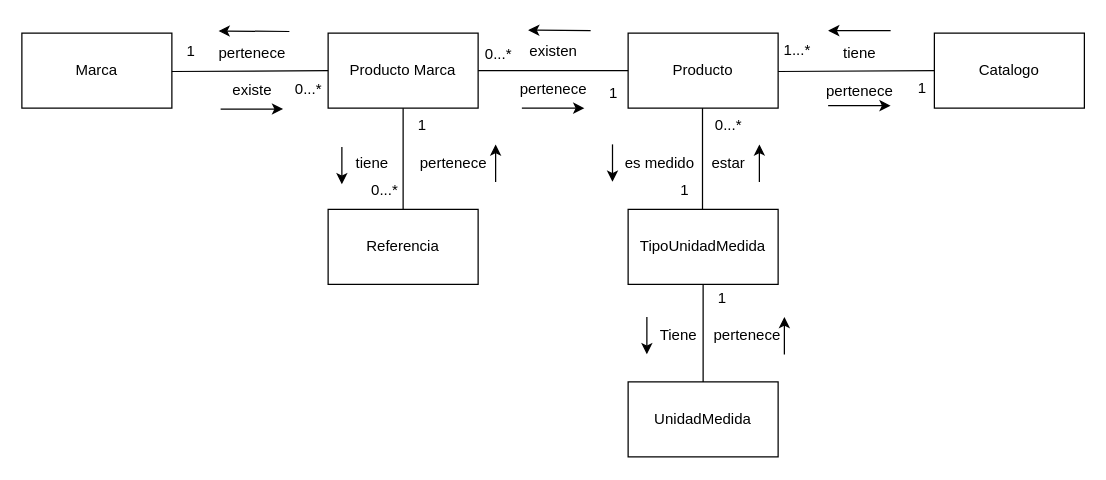
Above: page "Contexto Productos (Modelo dominio productos)" (3 of 6) of TiendaOnline_Disenio.drawio in andrescardo98/doo (draw.io), before the change. Source tidied: cells renumbered, new cells numbered last; positions are measured from the earlier drawing's top-left corner, leaving out a move shared by most shapes. Both pictures are drawn from the tidied source at 125%, with x=0, y=0 at pixel (21, 30).
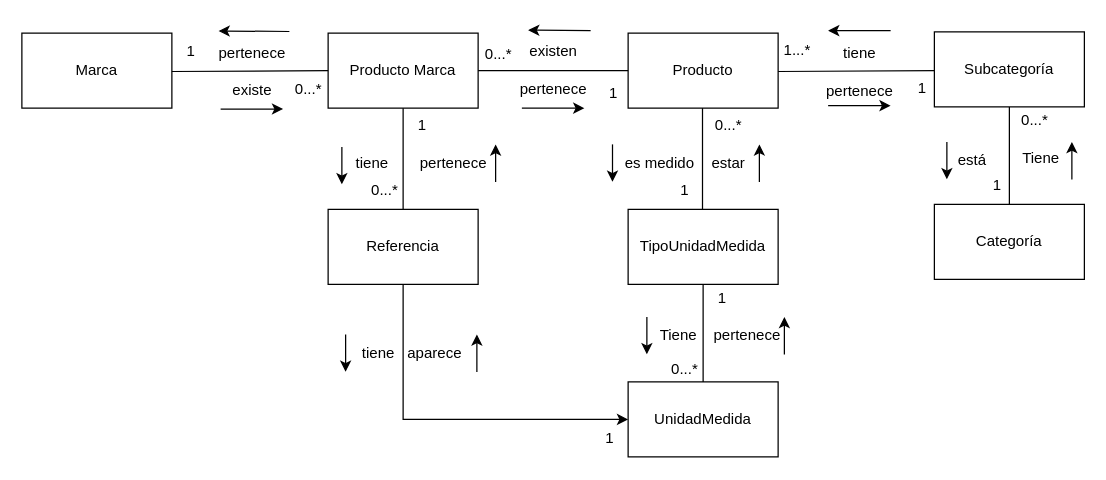
The same page after the edit.

Unchanged cells that the change refers to:
```xml
<mxCell id="19" value="Referencia" style="rounded=0;whiteSpace=wrap;html=1;" parent="1" vertex="1">
  <mxGeometry x="245" y="143" width="120" height="60" as="geometry" />
</mxCell>
<mxCell id="28" value="UnidadMedida" style="rounded=0;whiteSpace=wrap;html=1;" parent="1" vertex="1">
  <mxGeometry x="485" y="281" width="120" height="60" as="geometry" />
</mxCell>
```

What changed in the source:
```diff
@@
+    <mxCell id="50" style="edgeStyle=orthogonalEdgeStyle;rounded=0;jettySize=auto;html=1;exitX=0.5;exitY=1;exitDx=0;exitDy=0;entryX=0;entryY=0.5;entryDx=0;entryDy=0;" parent="1" edge="1" source="19" target="28">
+      <mxGeometry relative="1" as="geometry" />
+    </mxCell>
@@
-    <mxCell id="42" value="Catalogo" style="rounded=0;whiteSpace=wrap;html=1;" parent="1" vertex="1">
-      <mxGeometry x="730" y="2" width="120" height="60" as="geometry" />
-    </mxCell>
-    <mxCell id="43" style="endArrow=none;html=1;rounded=0;exitX=1;exitY=0.5;exitDx=0;exitDy=0;entryX=0;entryY=0.5;entryDx=0;entryDy=0;" parent="1" edge="1" target="42">
+    <mxCell id="43" style="endArrow=none;html=1;rounded=0;exitX=1;exitY=0.5;exitDx=0;exitDy=0;entryX=0;entryY=0.5;entryDx=0;entryDy=0;" parent="1" edge="1">
       <mxGeometry relative="1" as="geometry">
         <mxPoint x="605" y="32.7" as="sourcePoint" />
+        <mxPoint x="730" y="32" as="targetPoint" />
       </mxGeometry>
     </mxCell>
@@
+    <mxCell id="51" value="Categoría" style="rounded=0;whiteSpace=wrap;html=1;" parent="1" vertex="1">
+      <mxGeometry x="730" y="139" width="120" height="60" as="geometry" />
+    </mxCell>
+    <mxCell id="52" value="Subcategoría" style="rounded=0;whiteSpace=wrap;html=1;" parent="1" vertex="1">
+      <mxGeometry x="730" y="1" width="120" height="60" as="geometry" />
+    </mxCell>
+    <mxCell id="53" value="Tiene" style="text;html=1;align=center;verticalAlign=middle;strokeColor=none;fillColor=none;" parent="1" vertex="1">
+      <mxGeometry x="790" y="87" width="50" height="30" as="geometry" />
+    </mxCell>
+    <mxCell id="54" value="está" style="text;html=1;align=center;verticalAlign=middle;strokeColor=none;fillColor=none;" parent="1" vertex="1">
+      <mxGeometry x="735" y="89" width="50" height="30" as="geometry" />
+    </mxCell>
+    <mxCell id="55" style="endArrow=none;html=1;rounded=0;exitX=0.5;exitY=0;exitDx=0;exitDy=0;entryX=0.5;entryY=1;entryDx=0;entryDy=0;" parent="1" edge="1" source="51" target="52">
+      <mxGeometry relative="1" as="geometry" />
+    </mxCell>
+    <mxCell id="56" style="endArrow=classic;html=1;rounded=0;entryX=0.167;entryY=-0.08;entryDx=0;entryDy=0;entryPerimeter=0;" parent="1" edge="1">
+      <mxGeometry relative="1" as="geometry">
+        <mxPoint x="840" y="119" as="sourcePoint" />
+        <mxPoint x="840" y="89" as="targetPoint" />
+      </mxGeometry>
+    </mxCell>
+    <mxCell id="57" style="endArrow=classic;html=1;rounded=0;exitX=1.025;exitY=1.033;exitDx=0;exitDy=0;exitPerimeter=0;" parent="1" edge="1">
+      <mxGeometry relative="1" as="geometry">
+        <mxPoint x="740" y="89" as="sourcePoint" />
+        <mxPoint x="740" y="119" as="targetPoint" />
+      </mxGeometry>
+    </mxCell>
+    <mxCell id="58" value="0...*" style="text;html=1;align=center;verticalAlign=middle;strokeColor=none;fillColor=none;" parent="1" vertex="1">
+      <mxGeometry x="790" y="57" width="40" height="30" as="geometry" />
+    </mxCell>
+    <mxCell id="59" value="1" style="text;html=1;align=center;verticalAlign=middle;strokeColor=none;fillColor=none;" parent="1" vertex="1">
+      <mxGeometry x="765" y="109" width="30" height="30" as="geometry" />
+    </mxCell>
+    <mxCell id="60" value="0...*" style="text;html=1;align=center;verticalAlign=middle;strokeColor=none;fillColor=none;" parent="1" vertex="1">
+      <mxGeometry x="510" y="256" width="40" height="30" as="geometry" />
+    </mxCell>
+    <mxCell id="61" value="tiene" style="text;html=1;align=center;verticalAlign=middle;strokeColor=none;fillColor=none;" parent="1" vertex="1">
+      <mxGeometry x="260" y="243" width="50" height="30" as="geometry" />
+    </mxCell>
+    <mxCell id="62" style="endArrow=classic;html=1;rounded=0;exitX=1.025;exitY=1.033;exitDx=0;exitDy=0;exitPerimeter=0;" parent="1" edge="1">
+      <mxGeometry relative="1" as="geometry">
+        <mxPoint x="259" y="243" as="sourcePoint" />
+        <mxPoint x="259" y="273" as="targetPoint" />
+      </mxGeometry>
+    </mxCell>
+    <mxCell id="63" value="1" style="text;html=1;align=center;verticalAlign=middle;strokeColor=none;fillColor=none;" parent="1" vertex="1">
+      <mxGeometry x="455" y="311" width="30" height="30" as="geometry" />
+    </mxCell>
+    <mxCell id="64" value="aparece" style="text;html=1;align=center;verticalAlign=middle;strokeColor=none;fillColor=none;" parent="1" vertex="1">
+      <mxGeometry x="295" y="243" width="70" height="30" as="geometry" />
+    </mxCell>
+    <mxCell id="65" style="endArrow=classic;html=1;rounded=0;entryX=0.167;entryY=-0.08;entryDx=0;entryDy=0;entryPerimeter=0;" parent="1" edge="1">
+      <mxGeometry relative="1" as="geometry">
+        <mxPoint x="364" y="273" as="sourcePoint" />
+        <mxPoint x="364" y="243" as="targetPoint" />
+      </mxGeometry>
+    </mxCell>
```
